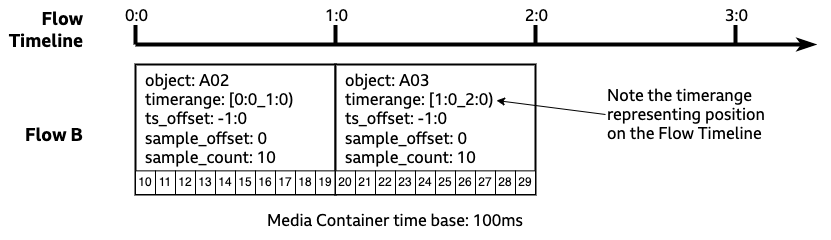
The draw.io diagram docs/images/Flow and Media Timelines-Flow B.drawio.png in bbc/tams, before a commit. Source tidied: cells renumbered, new cells last; positions are measured from the earlier drawing's top-left corner, leaving out a move shared by most shapes.
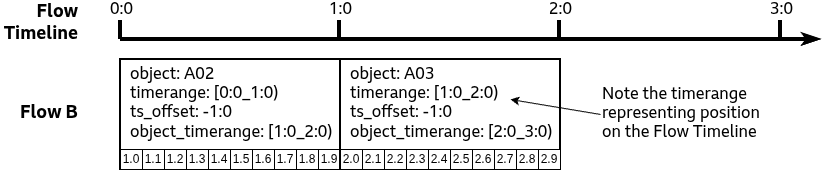
After the change.

Commit message:
Remove references to (deprecated) sample_offset and sample_count from README

What changed in the source:
```diff
@@ -5,7 +5,7 @@
     <mxCell id="2" style="endArrow=classicThin;html=1;rounded=0;fontSize=16;strokeWidth=4;fontFamily=BBC Reith Sans;endFill=1;" parent="1" edge="1">
       <mxGeometry relative="1" as="geometry">
         <mxPoint x="130" y="30" as="sourcePoint" />
-        <mxPoint x="810" y="30" as="targetPoint" />
+        <mxPoint x="830" y="30" as="targetPoint" />
       </mxGeometry>
     </mxCell>
     <mxCell id="3" style="endArrow=none;html=1;rounded=0;fontSize=16;strokeWidth=4;fontFamily=BBC Reith Sans;" parent="1" edge="1">
@@ -21,8 +21,8 @@
     </mxCell>
     <mxCell id="5" style="endArrow=none;html=1;rounded=0;fontSize=16;strokeWidth=4;fontFamily=BBC Reith Sans;" parent="1" edge="1">
       <mxGeometry relative="1" as="geometry">
-        <mxPoint x="330" y="30" as="sourcePoint" />
-        <mxPoint x="330" y="10" as="targetPoint" />
+        <mxPoint x="349" y="30" as="sourcePoint" />
+        <mxPoint x="349" y="10" as="targetPoint" />
       </mxGeometry>
     </mxCell>
     <mxCell id="6" value="1:0" style="edgeLabel;html=1;align=center;verticalAlign=middle;fontFamily=BBC Reith Sans;fontSize=16;" parent="5" vertex="1">
@@ -32,8 +32,8 @@
     </mxCell>
     <mxCell id="7" style="endArrow=none;html=1;rounded=0;fontSize=16;strokeWidth=4;fontFamily=BBC Reith Sans;" parent="1" edge="1">
       <mxGeometry relative="1" as="geometry">
-        <mxPoint x="530" y="30" as="sourcePoint" />
-        <mxPoint x="530" y="10" as="targetPoint" />
+        <mxPoint x="569" y="30" as="sourcePoint" />
+        <mxPoint x="569" y="10" as="targetPoint" />
       </mxGeometry>
     </mxCell>
     <mxCell id="8" value="2:0" style="edgeLabel;html=1;align=center;verticalAlign=middle;fontFamily=BBC Reith Sans;fontSize=16;" parent="7" vertex="1">
@@ -43,8 +43,8 @@
     </mxCell>
     <mxCell id="9" style="endArrow=none;html=1;rounded=0;fontSize=16;strokeWidth=4;fontFamily=BBC Reith Sans;" parent="1" edge="1">
       <mxGeometry relative="1" as="geometry">
-        <mxPoint x="730" y="30" as="sourcePoint" />
-        <mxPoint x="730" y="10" as="targetPoint" />
+        <mxPoint x="790" y="30" as="sourcePoint" />
+        <mxPoint x="790" y="10" as="targetPoint" />
       </mxGeometry>
     </mxCell>
     <mxCell id="10" value="3:0" style="edgeLabel;html=1;align=center;verticalAlign=middle;fontFamily=BBC Reith Sans;fontSize=16;" parent="9" vertex="1">
@@ -53,93 +53,90 @@
       </mxGeometry>
     </mxCell>
     <mxCell id="11" value="Flow Timeline" style="text;html=1;strokeColor=none;fillColor=none;align=right;verticalAlign=middle;whiteSpace=wrap;rounded=0;fontFamily=BBC Reith Sans;fontSize=18;fontStyle=1;" parent="1" vertex="1">
-      <mxGeometry width="80" height="30" as="geometry" />
+      <mxGeometry x="10" width="80" height="30" as="geometry" />
     </mxCell>
     <mxCell id="12" value="Flow B" style="text;html=1;strokeColor=none;fillColor=none;align=right;verticalAlign=middle;whiteSpace=wrap;rounded=0;fontFamily=BBC Reith Sans;fontSize=18;fontStyle=1;" parent="1" vertex="1">
-      <mxGeometry y="105" width="80" height="30" as="geometry" />
+      <mxGeometry x="10" y="90" width="80" height="30" as="geometry" />
     </mxCell>
     <mxCell id="13" style="group;" parent="1" vertex="1">
-      <mxGeometry x="130" y="50" width="200" height="130" as="geometry" />
+      <mxGeometry x="130" y="50" width="220" height="110" as="geometry" />
     </mxCell>
-    <mxCell id="14" value="object: A02&lt;br&gt;timerange: [0:0_1:0)&lt;br&gt;ts_offset: -1:0&lt;br&gt;sample_offset: 0&lt;br&gt;sample_count: 10" style="rounded=0;whiteSpace=wrap;html=1;strokeWidth=2;fontFamily=BBC Reith Sans;fontSize=16;verticalAlign=top;align=left;spacingLeft=8;" parent="13" vertex="1">
-      <mxGeometry width="200" height="130" as="geometry" />
+    <mxCell id="14" value="object: A02&lt;br&gt;timerange: [0:0_1:0)&lt;br&gt;ts_offset: -1:0&lt;br&gt;object_timerange: [1:0_2:0)" style="rounded=0;whiteSpace=wrap;html=1;strokeWidth=2;fontFamily=BBC Reith Sans;fontSize=16;verticalAlign=top;align=left;spacingLeft=8;" parent="13" vertex="1">
+      <mxGeometry width="220" height="110" as="geometry" />
     </mxCell>
-    <mxCell id="15" value="10" style="rounded=0;whiteSpace=wrap;html=1;" parent="13" vertex="1">
-      <mxGeometry y="106.4" width="20" height="23.6" as="geometry" />
+    <mxCell id="15" value="1.0" style="rounded=0;whiteSpace=wrap;html=1;" parent="13" vertex="1">
+      <mxGeometry y="90" width="22" height="20" as="geometry" />
     </mxCell>
-    <mxCell id="16" value="11" style="rounded=0;whiteSpace=wrap;html=1;" parent="13" vertex="1">
-      <mxGeometry x="20" y="106.4" width="20" height="23.6" as="geometry" />
+    <mxCell id="16" value="1.1" style="rounded=0;whiteSpace=wrap;html=1;" parent="13" vertex="1">
+      <mxGeometry x="22" y="90" width="22" height="20" as="geometry" />
     </mxCell>
-    <mxCell id="17" value="12" style="rounded=0;whiteSpace=wrap;html=1;" parent="13" vertex="1">
-      <mxGeometry x="40" y="106.4" width="20" height="23.6" as="geometry" />
+    <mxCell id="17" value="1.2" style="rounded=0;whiteSpace=wrap;html=1;" parent="13" vertex="1">
+      <mxGeometry x="44" y="90" width="22" height="20" as="geometry" />
     </mxCell>
-    <mxCell id="18" value="13" style="rounded=0;whiteSpace=wrap;html=1;" parent="13" vertex="1">
-      <mxGeometry x="60" y="106.4" width="20" height="23.6" as="geometry" />
+    <mxCell id="18" value="1.3" style="rounded=0;whiteSpace=wrap;html=1;" parent="13" vertex="1">
+      <mxGeometry x="66" y="90" width="22" height="20" as="geometry" />
     </mxCell>
-    <mxCell id="19" value="14" style="rounded=0;whiteSpace=wrap;html=1;" parent="13" vertex="1">
-      <mxGeometry x="80" y="106.4" width="20" height="23.6" as="geometry" />
+    <mxCell id="19" value="1.4" style="rounded=0;whiteSpace=wrap;html=1;" parent="13" vertex="1">
+      <mxGeometry x="88" y="90" width="22" height="20" as="geometry" />
     </mxCell>
-    <mxCell id="20" value="15" style="rounded=0;whiteSpace=wrap;html=1;" parent="13" vertex="1">
-      <mxGeometry x="100" y="106.4" width="20" height="23.6" as="geometry" />
+    <mxCell id="20" value="1.5" style="rounded=0;whiteSpace=wrap;html=1;" parent="13" vertex="1">
+      <mxGeometry x="110" y="90" width="22" height="20" as="geometry" />
     </mxCell>
-    <mxCell id="21" value="16" style="rounded=0;whiteSpace=wrap;html=1;" parent="13" vertex="1">
-      <mxGeometry x="120" y="106.4" width="20" height="23.6" as="geometry" />
+    <mxCell id="21" value="1.6" style="rounded=0;whiteSpace=wrap;html=1;" parent="13" vertex="1">
+      <mxGeometry x="132" y="90" width="22" height="20" as="geometry" />
     </mxCell>
-    <mxCell id="22" value="17" style="rounded=0;whiteSpace=wrap;html=1;" parent="13" vertex="1">
-      <mxGeometry x="140" y="106.4" width="20" height="23.6" as="geometry" />
+    <mxCell id="22" value="1.7" style="rounded=0;whiteSpace=wrap;html=1;" parent="13" vertex="1">
+      <mxGeometry x="154" y="90" width="22" height="20" as="geometry" />
     </mxCell>
-    <mxCell id="23" value="18" style="rounded=0;whiteSpace=wrap;html=1;" parent="13" vertex="1">
-      <mxGeometry x="160" y="106.4" width="20" height="23.6" as="geometry" />
+    <mxCell id="23" value="1.8" style="rounded=0;whiteSpace=wrap;html=1;" parent="13" vertex="1">
+      <mxGeometry x="176" y="90" width="22" height="20" as="geometry" />
     </mxCell>
-    <mxCell id="24" value="19" style="rounded=0;whiteSpace=wrap;html=1;" parent="13" vertex="1">
-      <mxGeometry x="180" y="106.4" width="20" height="23.6" as="geometry" />
+    <mxCell id="24" value="1.9" style="rounded=0;whiteSpace=wrap;html=1;" parent="13" vertex="1">
+      <mxGeometry x="198" y="90" width="22" height="20" as="geometry" />
     </mxCell>
     <mxCell id="25" style="group;" parent="1" vertex="1">
-      <mxGeometry x="330" y="50" width="200" height="130" as="geometry" />
+      <mxGeometry x="350" y="50" width="220" height="110" as="geometry" />
     </mxCell>
-    <mxCell id="26" value="object: A03&lt;br&gt;timerange: [1:0_2:0)&lt;br&gt;ts_offset: -1:0&lt;br&gt;sample_offset: 0&lt;br&gt;sample_count: 10" style="rounded=0;whiteSpace=wrap;html=1;strokeWidth=2;fontFamily=BBC Reith Sans;fontSize=16;verticalAlign=top;align=left;spacingLeft=8;" parent="25" vertex="1">
-      <mxGeometry width="200" height="130" as="geometry" />
+    <mxCell id="26" value="object: A03&lt;br&gt;timerange: [1:0_2:0)&lt;br&gt;ts_offset: -1:0&lt;br&gt;object_timerange: [2:0_3:0)" style="rounded=0;whiteSpace=wrap;html=1;strokeWidth=2;fontFamily=BBC Reith Sans;fontSize=16;verticalAlign=top;align=left;spacingLeft=8;" parent="25" vertex="1">
+      <mxGeometry width="220" height="110" as="geometry" />
     </mxCell>
-    <mxCell id="27" value="20" style="rounded=0;whiteSpace=wrap;html=1;" parent="25" vertex="1">
-      <mxGeometry y="106.4" width="20" height="23.6" as="geometry" />
+    <mxCell id="27" value="2.0" style="rounded=0;whiteSpace=wrap;html=1;" parent="25" vertex="1">
+      <mxGeometry y="90" width="22" height="20" as="geometry" />
     </mxCell>
-    <mxCell id="28" value="21" style="rounded=0;whiteSpace=wrap;html=1;" parent="25" vertex="1">
-      <mxGeometry x="20" y="106.4" width="20" height="23.6" as="geometry" />
+    <mxCell id="28" value="2.1" style="rounded=0;whiteSpace=wrap;html=1;" parent="25" vertex="1">
+      <mxGeometry x="22" y="90" width="22" height="20" as="geometry" />
     </mxCell>
-    <mxCell id="29" value="22" style="rounded=0;whiteSpace=wrap;html=1;" parent="25" vertex="1">
-      <mxGeometry x="40" y="106.4" width="20" height="23.6" as="geometry" />
+    <mxCell id="29" value="2.2" style="rounded=0;whiteSpace=wrap;html=1;" parent="25" vertex="1">
+      <mxGeometry x="44" y="90" width="22" height="20" as="geometry" />
     </mxCell>
-    <mxCell id="30" value="23" style="rounded=0;whiteSpace=wrap;html=1;" parent="25" vertex="1">
-      <mxGeometry x="60" y="106.4" width="20" height="23.6" as="geometry" />
+    <mxCell id="30" value="2.3" style="rounded=0;whiteSpace=wrap;html=1;" parent="25" vertex="1">
+      <mxGeometry x="66" y="90" width="22" height="20" as="geometry" />
     </mxCell>
-    <mxCell id="31" value="24" style="rounded=0;whiteSpace=wrap;html=1;" parent="25" vertex="1">
-      <mxGeometry x="80" y="106.4" width="20" height="23.6" as="geometry" />
+    <mxCell id="31" value="2.4" style="rounded=0;whiteSpace=wrap;html=1;" parent="25" vertex="1">
+      <mxGeometry x="88" y="90" width="22" height="20" as="geometry" />
     </mxCell>
-    <mxCell id="32" value="25" style="rounded=0;whiteSpace=wrap;html=1;" parent="25" vertex="1">
-      <mxGeometry x="100" y="106.4" width="20" height="23.6" as="geometry" />
+    <mxCell id="32" value="2.5" style="rounded=0;whiteSpace=wrap;html=1;" parent="25" vertex="1">
+      <mxGeometry x="110" y="90" width="22" height="20" as="geometry" />
     </mxCell>
-    <mxCell id="33" value="26" style="rounded=0;whiteSpace=wrap;html=1;" parent="25" vertex="1">
-      <mxGeometry x="120" y="106.4" width="20" height="23.6" as="geometry" />
+    <mxCell id="33" value="2.6" style="rounded=0;whiteSpace=wrap;html=1;" parent="25" vertex="1">
+      <mxGeometry x="132" y="90" width="22" height="20" as="geometry" />
     </mxCell>
-    <mxCell id="34" value="27" style="rounded=0;whiteSpace=wrap;html=1;" parent="25" vertex="1">
-      <mxGeometry x="140" y="106.4" width="20" height="23.6" as="geometry" />
+    <mxCell id="34" value="2.7" style="rounded=0;whiteSpace=wrap;html=1;" parent="25" vertex="1">
+      <mxGeometry x="154" y="90" width="22" height="20" as="geometry" />
     </mxCell>
-    <mxCell id="35" value="28" style="rounded=0;whiteSpace=wrap;html=1;" parent="25" vertex="1">
-      <mxGeometry x="160" y="106.4" width="20" height="23.6" as="geometry" />
+    <mxCell id="35" value="2.8" style="rounded=0;whiteSpace=wrap;html=1;" parent="25" vertex="1">
+      <mxGeometry x="176" y="90" width="22" height="20" as="geometry" />
     </mxCell>
-    <mxCell id="36" value="29" style="rounded=0;whiteSpace=wrap;html=1;" parent="25" vertex="1">
-      <mxGeometry x="180" y="106.4" width="20" height="23.6" as="geometry" />
+    <mxCell id="36" value="2.9" style="rounded=0;whiteSpace=wrap;html=1;" parent="25" vertex="1">
+      <mxGeometry x="198" y="90" width="22" height="20" as="geometry" />
     </mxCell>
     <mxCell id="37" value="Note the timerange representing position on the Flow Timeline" style="text;html=1;strokeColor=none;fillColor=none;align=left;verticalAlign=middle;whiteSpace=wrap;rounded=0;fontFamily=BBC Reith Sans;fontSize=16;" parent="1" vertex="1">
-      <mxGeometry x="600" y="70" width="180" height="60" as="geometry" />
+      <mxGeometry x="610" y="75" width="180" height="60" as="geometry" />
     </mxCell>
     <mxCell id="38" style="endArrow=classic;html=1;rounded=0;exitX=0;exitY=0.5;exitDx=0;exitDy=0;fontFamily=BBC Reith Sans;" parent="1" edge="1" source="37">
       <mxGeometry relative="1" as="geometry">
-        <mxPoint x="491" y="86" as="targetPoint" />
+        <mxPoint x="520" y="90" as="targetPoint" />
       </mxGeometry>
     </mxCell>
-    <mxCell id="39" value="&lt;font face=&quot;BBC Reith Sans&quot;&gt;&lt;span style=&quot;font-size: 16px;&quot;&gt;Media Container time base: 100ms&lt;/span&gt;&lt;/font&gt;" style="text;whiteSpace=wrap;html=1;" parent="1" vertex="1">
-      <mxGeometry x="260" y="190" width="270" height="30" as="geometry" />
-    </mxCell>
   </root>
 </mxGraphModel>
```
